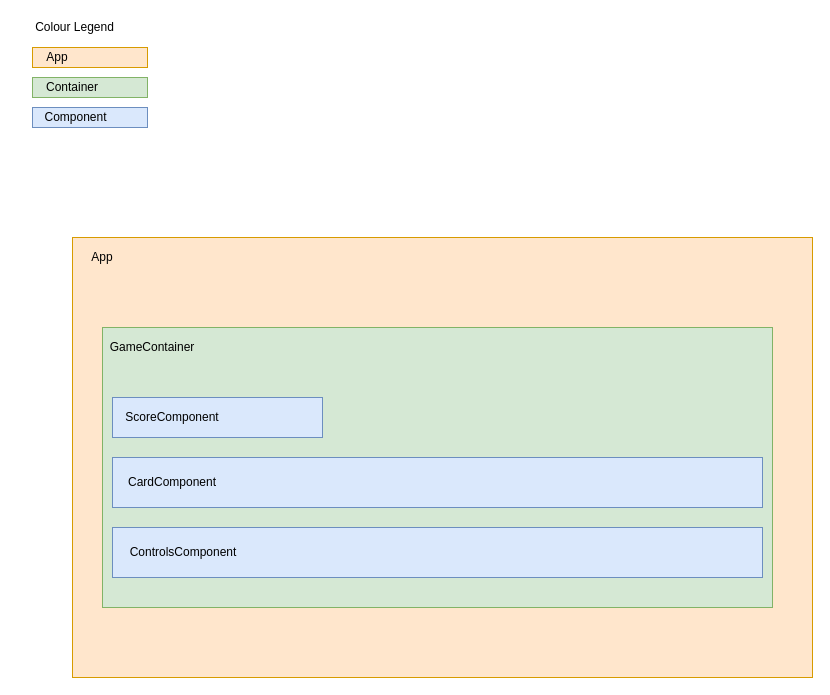
ciarancorcoran/react-blackjack keeps this draw.io diagram as frontend-architecture.drawio. Above is the earlier version. Source tidied: cells renumbered, new cells numbered last; positions are measured from the earlier drawing's top-left corner, leaving out a move shared by most shapes. Both pictures are drawn from the tidied source at 100%, with x=0, y=0 at pixel (17, 17).
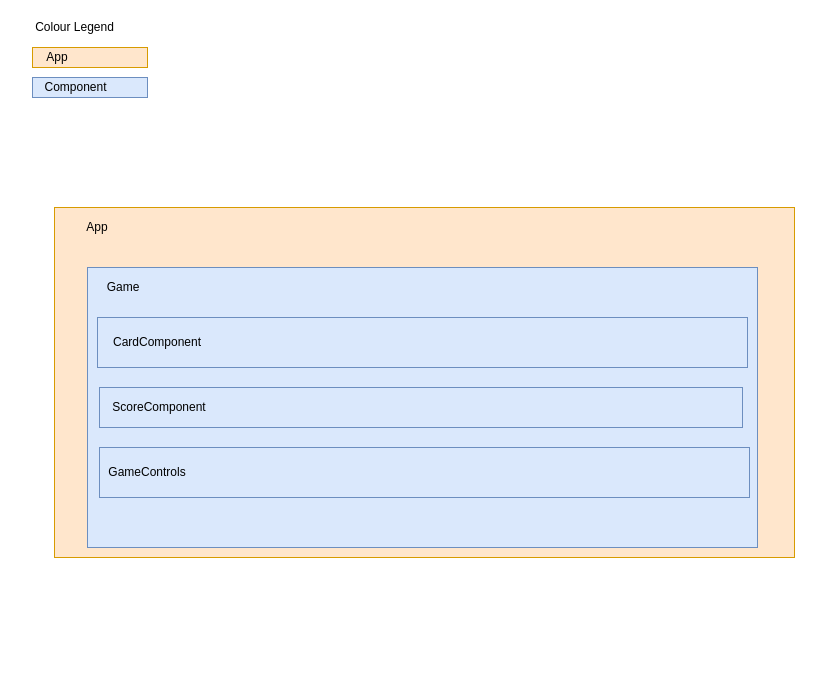
Above is the later version.

The edit, as a diff of the source:
```diff
@@
 <mxGraphModel>
   <root>
     <mxCell id="0" />
     <mxCell id="1" parent="0" />
     <mxCell id="2" style="rounded=0;whiteSpace=wrap;html=1;fillColor=#ffe6cc;strokeColor=#d79b00;" parent="1" vertex="1">
-      <mxGeometry x="55" y="220" width="740" height="440" as="geometry" />
+      <mxGeometry x="37" y="190" width="740" height="350" as="geometry" />
     </mxCell>
     <mxCell id="3" value="App" style="text;html=1;strokeColor=none;fillColor=none;align=center;verticalAlign=middle;whiteSpace=wrap;rounded=0;" parent="1" vertex="1">
-      <mxGeometry x="35" y="220" width="100" height="40" as="geometry" />
+      <mxGeometry x="30" y="190" width="100" height="40" as="geometry" />
     </mxCell>
-    <mxCell id="4" style="rounded=0;whiteSpace=wrap;html=1;fillColor=#d5e8d4;strokeColor=#82b366;" parent="1" vertex="1">
-      <mxGeometry x="85" y="310" width="670" height="280" as="geometry" />
+    <mxCell id="4" style="rounded=0;whiteSpace=wrap;html=1;fillColor=#dae8fc;strokeColor=#6c8ebf;" parent="1" vertex="1">
+      <mxGeometry x="70" y="250" width="670" height="280" as="geometry" />
     </mxCell>
-    <mxCell id="5" value="GameContainer" style="text;html=1;strokeColor=none;fillColor=none;align=center;verticalAlign=middle;whiteSpace=wrap;rounded=0;" parent="1" vertex="1">
-      <mxGeometry x="95" y="310" width="80" height="40" as="geometry" />
+    <mxCell id="5" value="Game" style="text;html=1;strokeColor=none;fillColor=none;align=center;verticalAlign=middle;whiteSpace=wrap;rounded=0;" parent="1" vertex="1">
+      <mxGeometry x="66" y="250" width="80" height="40" as="geometry" />
     </mxCell>
     <mxCell id="6" style="rounded=0;whiteSpace=wrap;html=1;fillColor=#dae8fc;strokeColor=#6c8ebf;" parent="1" vertex="1">
-      <mxGeometry x="95" y="380" width="210" height="40" as="geometry" />
+      <mxGeometry x="82" y="370" width="643" height="40" as="geometry" />
     </mxCell>
     <mxCell id="7" value="ScoreComponent" style="text;html=1;strokeColor=none;fillColor=none;align=center;verticalAlign=middle;whiteSpace=wrap;rounded=0;" parent="1" vertex="1">
-      <mxGeometry x="135" y="390" width="40" height="20" as="geometry" />
+      <mxGeometry x="122" y="380" width="40" height="20" as="geometry" />
     </mxCell>
     <mxCell id="8" style="rounded=0;whiteSpace=wrap;html=1;fillColor=#dae8fc;strokeColor=#6c8ebf;" parent="1" vertex="1">
-      <mxGeometry x="95" y="440" width="650" height="50" as="geometry" />
+      <mxGeometry x="80" y="300" width="650" height="50" as="geometry" />
     </mxCell>
     <mxCell id="9" value="CardComponent" style="text;html=1;strokeColor=none;fillColor=none;align=center;verticalAlign=middle;whiteSpace=wrap;rounded=0;" parent="1" vertex="1">
-      <mxGeometry x="70" y="455" width="170" height="20" as="geometry" />
+      <mxGeometry x="55" y="315" width="170" height="20" as="geometry" />
     </mxCell>
     <mxCell id="10" value="Colour Legend" style="text;html=1;strokeColor=none;fillColor=none;align=center;verticalAlign=middle;whiteSpace=wrap;rounded=0;" parent="1" vertex="1">
       <mxGeometry width="115" height="20" as="geometry" />
     </mxCell>
     <mxCell id="11" style="rounded=0;whiteSpace=wrap;html=1;fillColor=#ffe6cc;strokeColor=#d79b00;" parent="1" vertex="1">
       <mxGeometry x="15" y="30" width="115" height="20" as="geometry" />
     </mxCell>
     <mxCell id="12" value="App" style="text;html=1;strokeColor=none;fillColor=none;align=center;verticalAlign=middle;whiteSpace=wrap;rounded=0;" parent="1" vertex="1">
       <mxGeometry x="20" y="30" width="40" height="20" as="geometry" />
     </mxCell>
-    <mxCell id="13" style="rounded=0;whiteSpace=wrap;html=1;fillColor=#d5e8d4;strokeColor=#82b366;" parent="1" vertex="1">
-      <mxGeometry x="15" y="60" width="115" height="20" as="geometry" />
-    </mxCell>
-    <mxCell id="14" value="Container" style="text;html=1;strokeColor=none;fillColor=none;align=center;verticalAlign=middle;whiteSpace=wrap;rounded=0;" parent="1" vertex="1">
-      <mxGeometry x="35" y="60" width="40" height="20" as="geometry" />
-    </mxCell>
     <mxCell id="15" style="rounded=0;whiteSpace=wrap;html=1;fillColor=#dae8fc;strokeColor=#6c8ebf;" parent="1" vertex="1">
-      <mxGeometry x="15" y="90" width="115" height="20" as="geometry" />
+      <mxGeometry x="15" y="60" width="115" height="20" as="geometry" />
     </mxCell>
     <mxCell id="16" value="Component" style="text;html=1;strokeColor=none;fillColor=none;align=center;verticalAlign=middle;whiteSpace=wrap;rounded=0;" parent="1" vertex="1">
-      <mxGeometry x="36" y="90" width="45" height="20" as="geometry" />
+      <mxGeometry x="36" y="60" width="45" height="20" as="geometry" />
     </mxCell>
     <mxCell id="17" style="rounded=0;whiteSpace=wrap;html=1;fillColor=#dae8fc;strokeColor=#6c8ebf;" parent="1" vertex="1">
-      <mxGeometry x="95" y="510" width="650" height="50" as="geometry" />
+      <mxGeometry x="82" y="430" width="650" height="50" as="geometry" />
     </mxCell>
-    <mxCell id="18" value="ControlsComponent" style="text;html=1;strokeColor=none;fillColor=none;align=center;verticalAlign=middle;whiteSpace=wrap;rounded=0;" parent="1" vertex="1">
-      <mxGeometry x="81" y="525" width="170" height="20" as="geometry" />
+    <mxCell id="18" value="GameControls" style="text;html=1;strokeColor=none;fillColor=none;align=center;verticalAlign=middle;whiteSpace=wrap;rounded=0;" parent="1" vertex="1">
+      <mxGeometry x="45" y="445" width="170" height="20" as="geometry" />
     </mxCell>
   </root>
 </mxGraphModel>
```
